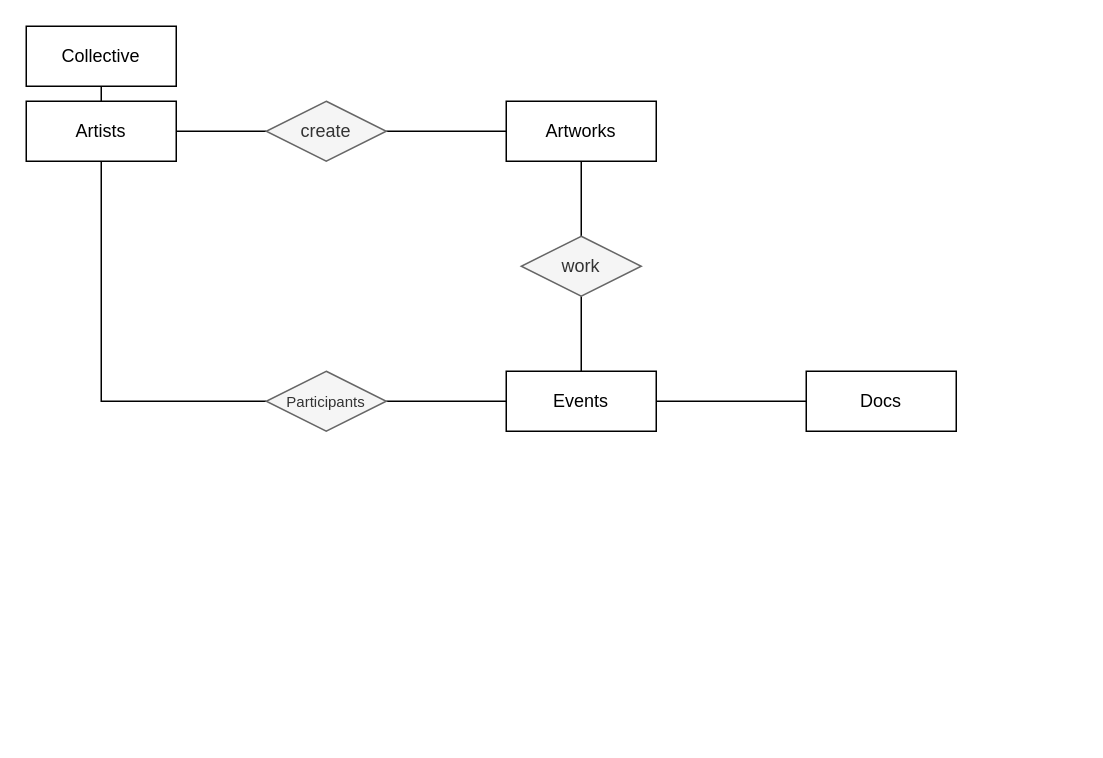
The draw.io diagram documents/backend/database/arsipdb.drawio in ancientfutures/gitbook, before the edit. Source tidied: cells renumbered, new cells numbered last; positions are measured from the earlier drawing's top-left corner, leaving out a move shared by most shapes. Both pictures are drawn from the tidied source at 150%, with x=0, y=0 at pixel (26, 26).
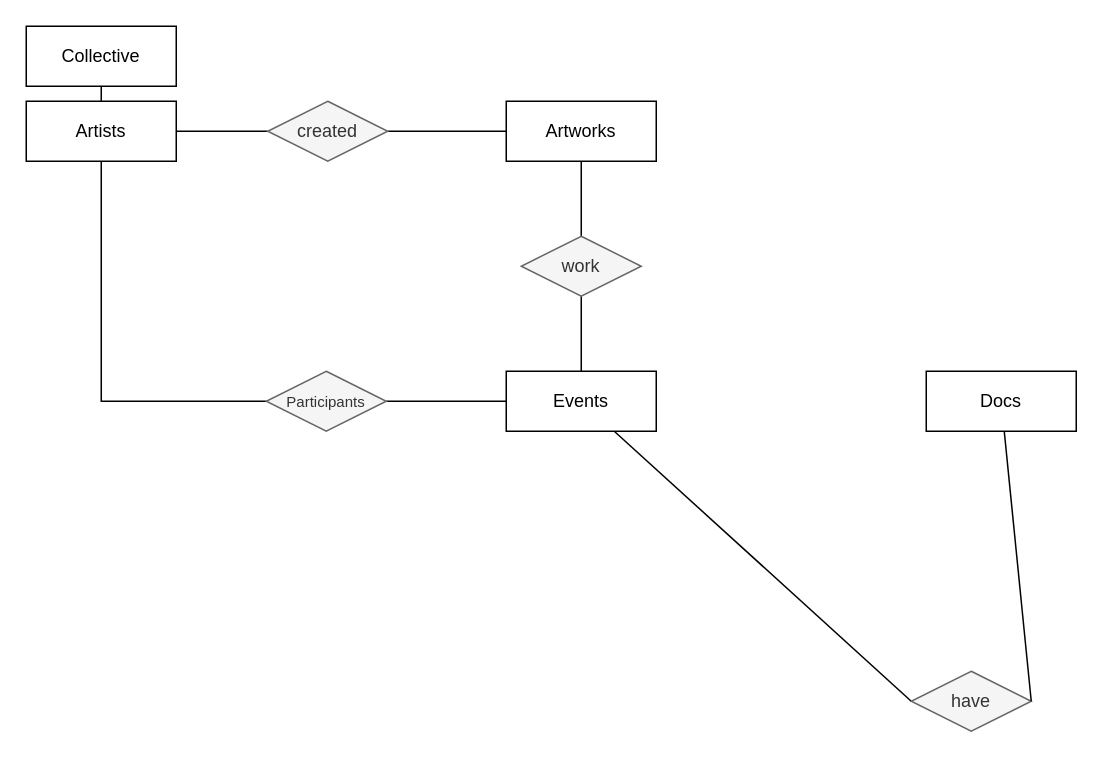
The same page after the edit.

Unchanged cells that the change refers to:
```xml
<mxCell id="10" value="&lt;div&gt;Events&lt;/div&gt;" style="whiteSpace=wrap;html=1;align=center;" parent="1" vertex="1">
  <mxGeometry x="320" y="230" width="100" height="40" as="geometry" />
</mxCell>
```

Diff of the diagram source:
```diff
@@
-    <mxCell id="9" style="edgeStyle=none;rounded=0;jettySize=auto;html=1;endArrow=none;endFill=0;" parent="1" edge="1" source="10" target="11">
+    <mxCell id="9" style="rounded=0;jettySize=auto;html=1;endArrow=none;endFill=0;entryX=0;entryY=0.5;entryDx=0;entryDy=0;" parent="1" edge="1" source="10" target="18">
       <mxGeometry relative="1" as="geometry" />
     </mxCell>
+    <mxCell id="18" value="have" style="shape=rhombus;perimeter=rhombusPerimeter;whiteSpace=wrap;html=1;align=center;fillColor=#f5f5f5;fontColor=#333333;strokeColor=#666666;" parent="9" vertex="1">
+      <mxGeometry x="590" y="430" width="80" height="40" as="geometry" />
+    </mxCell>
@@
     <mxCell id="11" value="Docs" style="whiteSpace=wrap;html=1;align=center;" parent="1" vertex="1">
-      <mxGeometry x="520" y="230" width="100" height="40" as="geometry" />
+      <mxGeometry x="600" y="230" width="100" height="40" as="geometry" />
     </mxCell>
@@
-    <mxCell id="13" value="create" style="shape=rhombus;perimeter=rhombusPerimeter;whiteSpace=wrap;html=1;align=center;fillColor=#f5f5f5;fontColor=#333333;strokeColor=#666666;" parent="1" vertex="1">
-      <mxGeometry x="160" y="50" width="80" height="40" as="geometry" />
+    <mxCell id="13" value="created" style="shape=rhombus;perimeter=rhombusPerimeter;whiteSpace=wrap;html=1;align=center;fillColor=#f5f5f5;fontColor=#333333;strokeColor=#666666;" parent="1" vertex="1">
+      <mxGeometry x="161" y="50" width="80" height="40" as="geometry" />
     </mxCell>
@@
+    <mxCell id="19" style="edgeStyle=none;rounded=0;jettySize=auto;html=1;exitX=1;exitY=0.5;exitDx=0;exitDy=0;fontSize=10;endArrow=none;endFill=0;" parent="1" edge="1" source="18" target="11">
+      <mxGeometry relative="1" as="geometry" />
+    </mxCell>
```
